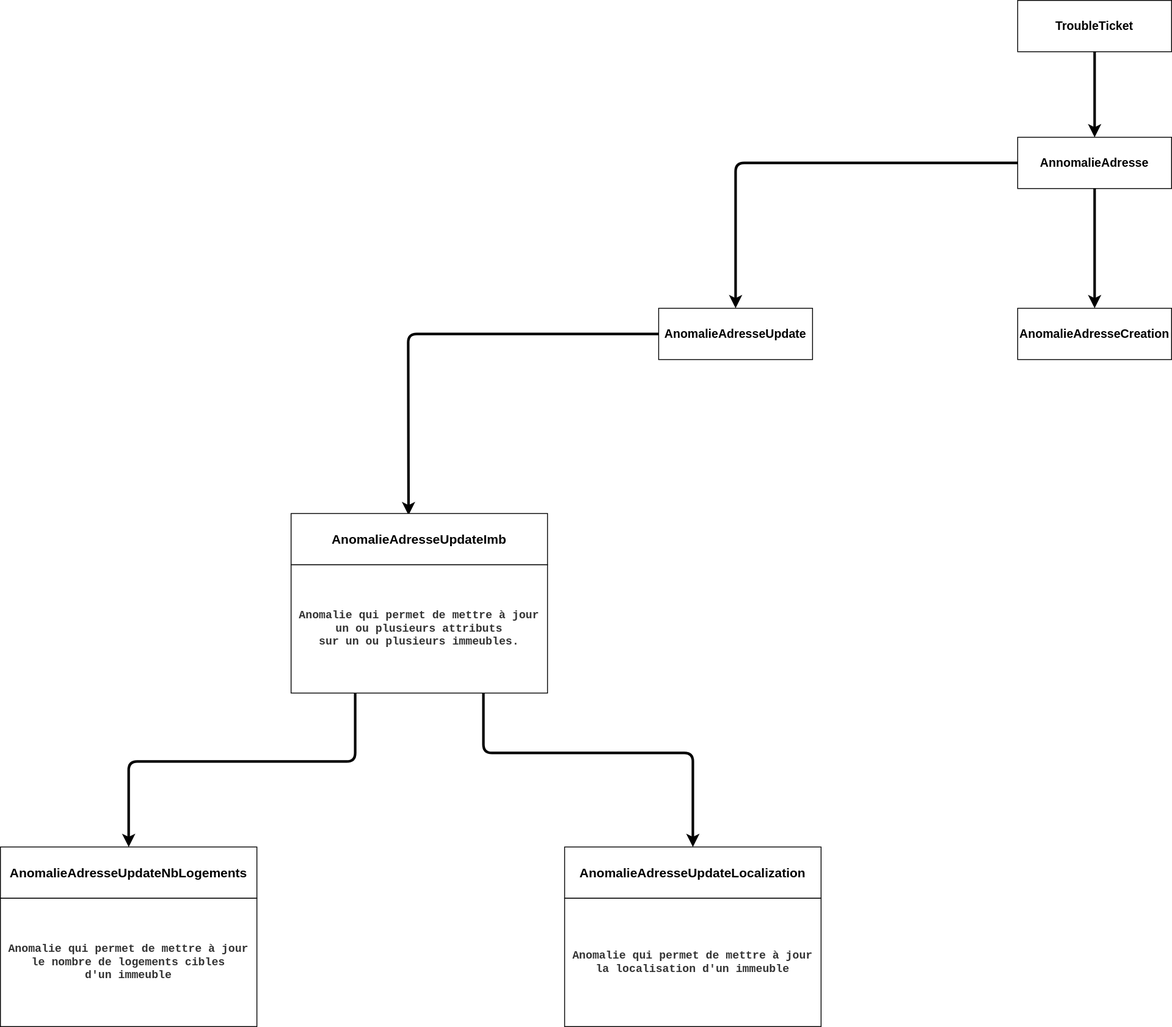
before-interop/anomalieAdresse keeps this draw.io diagram as type.drawio.svg. Above is the earlier version. Source tidied: cells renumbered, new cells last; positions are measured from the earlier drawing's top-left corner, leaving out a move shared by most shapes.
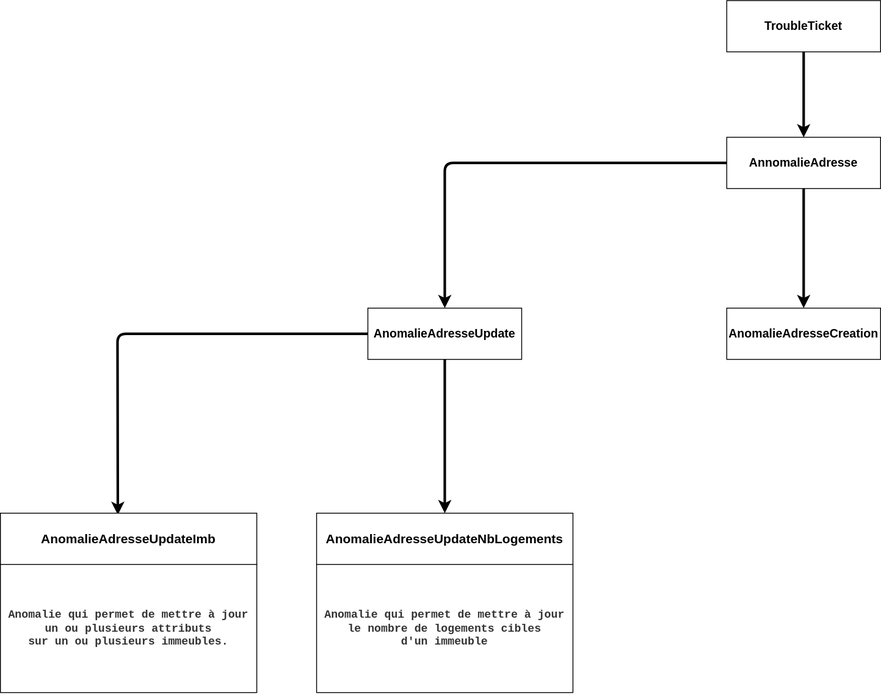
After the change.

Commit message:
remove UpdateLocalization spec

Diff of the diagram source:
```diff
@@ -28,22 +28,9 @@
         </Array>
       </mxGeometry>
     </mxCell>
-    <mxCell id="8" style="edgeStyle=none;html=1;strokeWidth=3;exitX=0.25;exitY=1;exitDx=0;exitDy=0;" parent="1" edge="1" source="15" target="12">
-      <mxGeometry relative="1" as="geometry">
-        <Array as="points">
-          <mxPoint x="415" y="890" />
-          <mxPoint x="150" y="890" />
-        </Array>
-      </mxGeometry>
-    </mxCell>
-    <mxCell id="9" style="edgeStyle=none;html=1;entryX=0.5;entryY=0;entryDx=0;entryDy=0;strokeWidth=3;exitX=0.75;exitY=1;exitDx=0;exitDy=0;" parent="1" edge="1" source="15" target="13">
-      <mxGeometry relative="1" as="geometry">
-        <Array as="points">
-          <mxPoint x="565" y="880" />
-          <mxPoint x="810" y="880" />
-        </Array>
-      </mxGeometry>
-    </mxCell>
+    <mxCell id="17" style="edgeStyle=none;html=1;strokeWidth=3;" parent="1" edge="1" source="10" target="12">
+      <mxGeometry relative="1" as="geometry" />
+    </mxCell>
     <mxCell id="10" value="AnomalieAdresseUpdate" style="rounded=0;whiteSpace=wrap;html=1;fontStyle=1;fontSize=14;" parent="1" vertex="1">
       <mxGeometry x="770" y="360" width="180" height="60" as="geometry" />
     </mxCell>
@@ -51,11 +38,8 @@
       <mxGeometry x="340" y="600" width="300" height="60" as="geometry" />
     </mxCell>
     <mxCell id="12" value="AnomalieAdresseUpdateNbLogements" style="rounded=0;whiteSpace=wrap;html=1;fontStyle=1;fontSize=15;" parent="1" vertex="1">
-      <mxGeometry y="990" width="300" height="60" as="geometry" />
+      <mxGeometry x="710" y="600" width="300" height="60" as="geometry" />
     </mxCell>
-    <mxCell id="13" value="AnomalieAdresseUpdateLocalization" style="rounded=0;whiteSpace=wrap;html=1;fontStyle=1;fontSize=15;" parent="1" vertex="1">
-      <mxGeometry x="660" y="990" width="300" height="60" as="geometry" />
-    </mxCell>
     <mxCell id="14" value="AnomalieAdresseCreation" style="rounded=0;whiteSpace=wrap;html=1;fontStyle=1;fontSize=14;" parent="1" vertex="1">
       <mxGeometry x="1190" y="360" width="180" height="60" as="geometry" />
     </mxCell>
@@ -63,10 +47,7 @@
       <mxGeometry x="340" y="660" width="300" height="150" as="geometry" />
     </mxCell>
     <mxCell id="16" value="&lt;div style=&quot;font-size: 13px;&quot;&gt;Anomalie qui permet de mettre à jour&lt;/div&gt;&lt;div style=&quot;font-size: 13px;&quot;&gt;le nombre de logements cibles&lt;/div&gt;&lt;div style=&quot;font-size: 13px;&quot;&gt;d'un immeuble&lt;/div&gt;" style="rounded=0;whiteSpace=wrap;html=1;fontFamily=Courier New;fontColor=#333333;fontSize=13;fontStyle=1;" parent="1" vertex="1">
-      <mxGeometry y="1050" width="300" height="150" as="geometry" />
+      <mxGeometry x="710" y="660" width="300" height="150" as="geometry" />
     </mxCell>
-    <mxCell id="17" value="&lt;div style=&quot;font-size: 13px;&quot;&gt;Anomalie qui permet de mettre à jour&lt;/div&gt;&lt;div style=&quot;font-size: 13px;&quot;&gt;la localisation d'un immeuble&lt;/div&gt;" style="rounded=0;whiteSpace=wrap;html=1;fontFamily=Courier New;fontColor=#333333;fontSize=13;fontStyle=1;" parent="1" vertex="1">
-      <mxGeometry x="660" y="1050" width="300" height="150" as="geometry" />
-    </mxCell>
   </root>
 </mxGraphModel>
```
